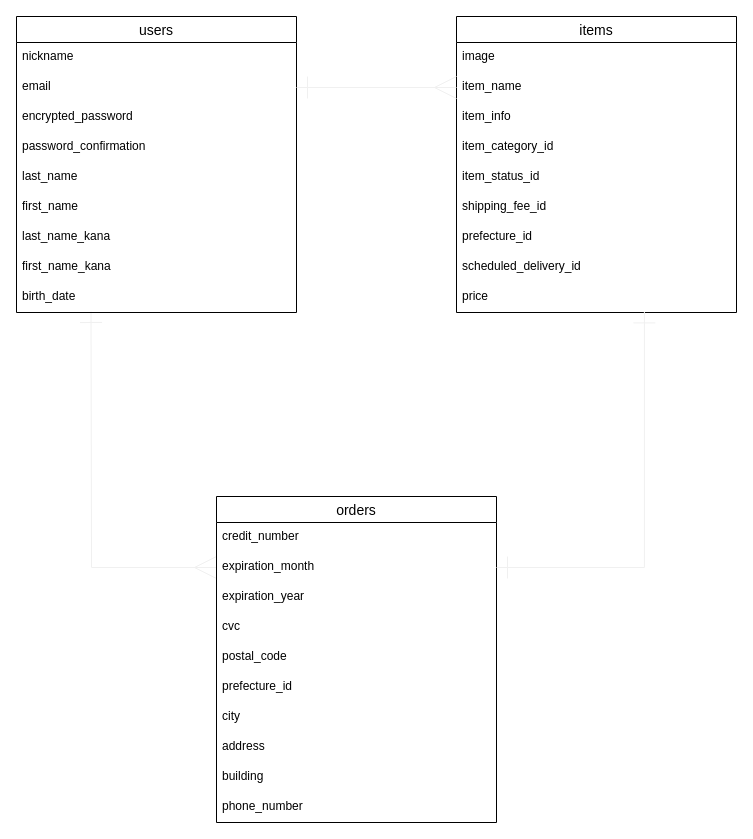
Earlier version of the draw.io diagram er.dio (asmotk/furima-35045). Source tidied: cells renumbered, new cells numbered last; positions are measured from the earlier drawing's top-left corner, leaving out a move shared by most shapes. Both pictures are drawn from the tidied source at 100%, with x=0, y=0 at pixel (16, 16).
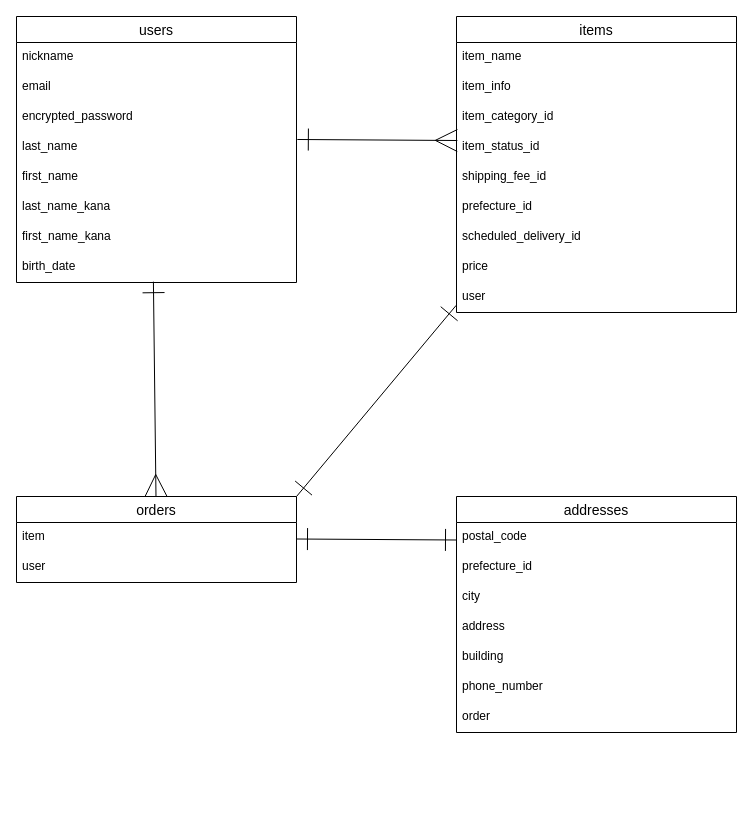
Above is the later version.

Unchanged cells that the change refers to:
```xml
<mxCell id="5" value="email" style="text;strokeColor=none;fillColor=none;spacingLeft=4;spacingRight=4;overflow=hidden;points=[[0,0.5],[1,0.5]];portConstraint=eastwest;fontSize=12;" parent="3" vertex="1">
  <mxGeometry y="56" width="280" height="30" as="geometry" />
</mxCell>
<mxCell id="13" value="items" style="swimlane;fontStyle=0;horizontal=1;startSize=26;align=center;fontSize=14;" parent="1" vertex="1">
  <mxGeometry x="440" width="280" height="296" as="geometry" />
</mxCell>
```

Change to the diagram source:
```diff
@@
-    <mxCell id="2" style="edgeStyle=orthogonalEdgeStyle;rounded=0;jumpSize=6;jettySize=auto;html=1;entryX=0;entryY=0.5;entryDx=0;entryDy=0;startArrow=ERone;startFill=0;endArrow=ERmany;endFill=0;endSize=20;targetPerimeterSpacing=0;strokeColor=#f0f0f0;strokeWidth=1;exitX=0.266;exitY=0.967;exitDx=0;exitDy=0;exitPerimeter=0;startSize=20;" parent="1" edge="1" target="25">
-      <mxGeometry relative="1" as="geometry">
-        <mxPoint x="74.5" y="295" as="sourcePoint" />
-      </mxGeometry>
-    </mxCell>
     <mxCell id="3" value="users" style="swimlane;fontStyle=0;horizontal=1;startSize=26;align=center;fontSize=14;" parent="1" vertex="1">
-      <mxGeometry width="280" height="296" as="geometry" />
+      <mxGeometry width="280" height="266" as="geometry" />
     </mxCell>
@@
-    <mxCell id="7" value="password_confirmation" style="text;strokeColor=none;fillColor=none;spacingLeft=4;spacingRight=4;overflow=hidden;fontSize=12;" parent="3" vertex="1">
-      <mxGeometry y="116" width="280" height="30" as="geometry" />
-    </mxCell>
     <mxCell id="8" value="last_name" style="text;strokeColor=none;fillColor=none;spacingLeft=4;spacingRight=4;overflow=hidden;points=[[0,0.5],[1,0.5]];portConstraint=eastwest;fontSize=12;" parent="3" vertex="1">
-      <mxGeometry y="146" width="280" height="30" as="geometry" />
+      <mxGeometry y="116" width="280" height="30" as="geometry" />
     </mxCell>
     <mxCell id="9" value="first_name" style="text;strokeColor=none;fillColor=none;spacingLeft=4;spacingRight=4;overflow=hidden;fontSize=12;" parent="3" vertex="1">
-      <mxGeometry y="176" width="280" height="30" as="geometry" />
+      <mxGeometry y="146" width="280" height="30" as="geometry" />
     </mxCell>
     <mxCell id="10" value="last_name_kana" style="text;strokeColor=none;fillColor=none;spacingLeft=4;spacingRight=4;overflow=hidden;fontSize=12;" parent="3" vertex="1">
-      <mxGeometry y="206" width="280" height="30" as="geometry" />
+      <mxGeometry y="176" width="280" height="30" as="geometry" />
     </mxCell>
     <mxCell id="11" value="first_name_kana" style="text;strokeColor=none;fillColor=none;spacingLeft=4;spacingRight=4;overflow=hidden;fontSize=12;" parent="3" vertex="1">
-      <mxGeometry y="236" width="280" height="30" as="geometry" />
+      <mxGeometry y="206" width="280" height="30" as="geometry" />
     </mxCell>
     <mxCell id="12" value="birth_date" style="text;strokeColor=none;fillColor=none;spacingLeft=4;spacingRight=4;overflow=hidden;points=[[0,0.5],[1,0.5]];portConstraint=eastwest;fontSize=12;" parent="3" vertex="1">
-      <mxGeometry y="266" width="280" height="30" as="geometry" />
+      <mxGeometry y="236" width="280" height="30" as="geometry" />
     </mxCell>
@@
-    <mxCell id="14" value="image" style="text;strokeColor=none;fillColor=none;spacingLeft=4;spacingRight=4;overflow=hidden;fontSize=12;" parent="13" vertex="1">
-      <mxGeometry y="26" width="280" height="30" as="geometry" />
-    </mxCell>
     <mxCell id="15" value="item_name" style="text;strokeColor=none;fillColor=none;spacingLeft=4;spacingRight=4;overflow=hidden;points=[[0,0.5],[1,0.5]];portConstraint=eastwest;fontSize=12;" parent="13" vertex="1">
-      <mxGeometry y="56" width="280" height="30" as="geometry" />
+      <mxGeometry y="26" width="280" height="30" as="geometry" />
     </mxCell>
     <mxCell id="16" value="item_info" style="text;strokeColor=none;fillColor=none;spacingLeft=4;spacingRight=4;overflow=hidden;fontSize=12;" parent="13" vertex="1">
-      <mxGeometry y="86" width="280" height="30" as="geometry" />
+      <mxGeometry y="56" width="280" height="30" as="geometry" />
     </mxCell>
     <mxCell id="17" value="item_category_id" style="text;strokeColor=none;fillColor=none;spacingLeft=4;spacingRight=4;overflow=hidden;fontSize=12;" parent="13" vertex="1">
-      <mxGeometry y="116" width="280" height="30" as="geometry" />
+      <mxGeometry y="86" width="280" height="30" as="geometry" />
     </mxCell>
     <mxCell id="18" value="item_status_id" style="text;strokeColor=none;fillColor=none;spacingLeft=4;spacingRight=4;overflow=hidden;points=[[0,0.5],[1,0.5]];portConstraint=eastwest;fontSize=12;" parent="13" vertex="1">
-      <mxGeometry y="146" width="280" height="30" as="geometry" />
+      <mxGeometry y="116" width="280" height="30" as="geometry" />
     </mxCell>
     <mxCell id="19" value="shipping_fee_id" style="text;strokeColor=none;fillColor=none;spacingLeft=4;spacingRight=4;overflow=hidden;fontSize=12;" parent="13" vertex="1">
-      <mxGeometry y="176" width="280" height="30" as="geometry" />
+      <mxGeometry y="146" width="280" height="30" as="geometry" />
     </mxCell>
     <mxCell id="20" value="prefecture_id" style="text;strokeColor=none;fillColor=none;spacingLeft=4;spacingRight=4;overflow=hidden;fontSize=12;" parent="13" vertex="1">
-      <mxGeometry y="206" width="280" height="30" as="geometry" />
+      <mxGeometry y="176" width="280" height="30" as="geometry" />
     </mxCell>
     <mxCell id="21" value="scheduled_delivery_id" style="text;strokeColor=none;fillColor=none;spacingLeft=4;spacingRight=4;overflow=hidden;fontSize=12;" parent="13" vertex="1">
-      <mxGeometry y="236" width="280" height="30" as="geometry" />
+      <mxGeometry y="206" width="280" height="30" as="geometry" />
     </mxCell>
     <mxCell id="22" value="price" style="text;strokeColor=none;fillColor=none;spacingLeft=4;spacingRight=4;overflow=hidden;points=[[0,0.5],[1,0.5]];portConstraint=eastwest;fontSize=12;" parent="13" vertex="1">
-      <mxGeometry y="266" width="280" height="30" as="geometry" />
+      <mxGeometry y="236" width="280" height="30" as="geometry" />
     </mxCell>
+    <mxCell id="36" value="user" style="text;strokeColor=none;fillColor=none;spacingLeft=4;spacingRight=4;overflow=hidden;points=[[0,0.5],[1,0.5]];portConstraint=eastwest;fontSize=12;" parent="13" vertex="1">
+      <mxGeometry y="266" width="280" height="30" as="geometry" />
+    </mxCell>
-    <mxCell id="23" value="orders" style="swimlane;fontStyle=0;horizontal=1;startSize=26;align=center;fontSize=14;" parent="1" vertex="1">
-      <mxGeometry x="200" y="480" width="280" height="326" as="geometry" />
+    <mxCell id="23" value="addresses" style="swimlane;fontStyle=0;horizontal=1;startSize=26;align=center;fontSize=14;" parent="1" vertex="1">
+      <mxGeometry x="440" y="480" width="280" height="236" as="geometry" />
     </mxCell>
-    <mxCell id="24" value="credit_number" style="text;strokeColor=none;fillColor=none;spacingLeft=4;spacingRight=4;overflow=hidden;fontSize=12;" parent="23" vertex="1">
-      <mxGeometry y="26" width="280" height="30" as="geometry" />
-    </mxCell>
-    <mxCell id="25" value="expiration_month" style="text;strokeColor=none;fillColor=none;spacingLeft=4;spacingRight=4;overflow=hidden;points=[[0,0.5],[1,0.5]];portConstraint=eastwest;fontSize=12;" parent="23" vertex="1">
-      <mxGeometry y="56" width="280" height="30" as="geometry" />
-    </mxCell>
-    <mxCell id="26" value="expiration_year" style="text;strokeColor=none;fillColor=none;spacingLeft=4;spacingRight=4;overflow=hidden;fontSize=12;" parent="23" vertex="1">
-      <mxGeometry y="86" width="280" height="30" as="geometry" />
-    </mxCell>
-    <mxCell id="27" value="cvc" style="text;strokeColor=none;fillColor=none;spacingLeft=4;spacingRight=4;overflow=hidden;fontSize=12;" parent="23" vertex="1">
-      <mxGeometry y="116" width="280" height="30" as="geometry" />
-    </mxCell>
     <mxCell id="28" value="postal_code" style="text;strokeColor=none;fillColor=none;spacingLeft=4;spacingRight=4;overflow=hidden;fontSize=12;" parent="23" vertex="1">
-      <mxGeometry y="146" width="280" height="30" as="geometry" />
+      <mxGeometry y="26" width="280" height="30" as="geometry" />
     </mxCell>
     <mxCell id="29" value="prefecture_id" style="text;strokeColor=none;fillColor=none;spacingLeft=4;spacingRight=4;overflow=hidden;fontSize=12;" parent="23" vertex="1">
-      <mxGeometry y="176" width="280" height="30" as="geometry" />
+      <mxGeometry y="56" width="280" height="30" as="geometry" />
     </mxCell>
     <mxCell id="30" value="city" style="text;strokeColor=none;fillColor=none;spacingLeft=4;spacingRight=4;overflow=hidden;fontSize=12;" parent="23" vertex="1">
-      <mxGeometry y="206" width="280" height="30" as="geometry" />
+      <mxGeometry y="86" width="280" height="30" as="geometry" />
     </mxCell>
     <mxCell id="31" value="address" style="text;strokeColor=none;fillColor=none;spacingLeft=4;spacingRight=4;overflow=hidden;fontSize=12;" parent="23" vertex="1">
-      <mxGeometry y="236" width="280" height="30" as="geometry" />
+      <mxGeometry y="116" width="280" height="30" as="geometry" />
     </mxCell>
     <mxCell id="32" value="building" style="text;strokeColor=none;fillColor=none;spacingLeft=4;spacingRight=4;overflow=hidden;fontSize=12;" parent="23" vertex="1">
-      <mxGeometry y="266" width="280" height="30" as="geometry" />
+      <mxGeometry y="146" width="280" height="30" as="geometry" />
     </mxCell>
     <mxCell id="33" value="phone_number" style="text;strokeColor=none;fillColor=none;spacingLeft=4;spacingRight=4;overflow=hidden;fontSize=12;" parent="23" vertex="1">
-      <mxGeometry y="296" width="280" height="30" as="geometry" />
+      <mxGeometry y="176" width="280" height="30" as="geometry" />
     </mxCell>
-    <mxCell id="34" style="edgeStyle=orthogonalEdgeStyle;rounded=0;jumpSize=6;jettySize=auto;html=1;exitX=1;exitY=0.5;exitDx=0;exitDy=0;startArrow=ERone;startFill=0;endArrow=ERmany;endFill=0;endSize=20;targetPerimeterSpacing=0;strokeColor=#f0f0f0;strokeWidth=1;entryX=0;entryY=0.5;entryDx=0;entryDy=0;startSize=20;" parent="1" edge="1" source="5" target="15">
-      <mxGeometry relative="1" as="geometry" />
-    </mxCell>
-    <mxCell id="35" style="edgeStyle=orthogonalEdgeStyle;rounded=0;jumpSize=6;jettySize=auto;html=1;entryX=1;entryY=0.5;entryDx=0;entryDy=0;startArrow=ERone;startFill=0;endArrow=ERone;endFill=0;endSize=20;targetPerimeterSpacing=0;strokeColor=#f0f0f0;strokeWidth=1;exitX=0.671;exitY=0.98;exitDx=0;exitDy=0;exitPerimeter=0;startSize=20;" parent="1" edge="1" source="22" target="25">
-      <mxGeometry relative="1" as="geometry" />
-    </mxCell>
+    <mxCell id="37" value="order" style="text;strokeColor=none;fillColor=none;spacingLeft=4;spacingRight=4;overflow=hidden;fontSize=12;" parent="23" vertex="1">
+      <mxGeometry y="206" width="280" height="30" as="geometry" />
+    </mxCell>
+    <mxCell id="38" value="orders" style="swimlane;fontStyle=0;horizontal=1;startSize=26;align=center;fontSize=14;" parent="1" vertex="1">
+      <mxGeometry y="480" width="280" height="86" as="geometry" />
+    </mxCell>
+    <mxCell id="39" value="item" style="text;strokeColor=none;fillColor=none;spacingLeft=4;spacingRight=4;overflow=hidden;fontSize=12;" parent="38" vertex="1">
+      <mxGeometry y="26" width="280" height="30" as="geometry" />
+    </mxCell>
+    <mxCell id="40" value="user" style="text;strokeColor=none;fillColor=none;spacingLeft=4;spacingRight=4;overflow=hidden;fontSize=12;" parent="38" vertex="1">
+      <mxGeometry y="56" width="280" height="30" as="geometry" />
+    </mxCell>
+    <mxCell id="41" style="endArrow=ERmany;html=1;rounded=0;exitX=0.489;exitY=0.973;exitDx=0;exitDy=0;exitPerimeter=0;endSize=20;startSize=20;startArrow=ERone;startFill=0;endFill=0;" parent="1" edge="1" source="12" target="38">
+      <mxGeometry relative="1" as="geometry" />
+    </mxCell>
+    <mxCell id="42" style="endArrow=ERmany;html=1;rounded=0;exitX=1.003;exitY=0.233;exitDx=0;exitDy=0;exitPerimeter=0;endSize=20;startSize=20;startArrow=ERone;startFill=0;endFill=0;entryX=0.003;entryY=0.267;entryDx=0;entryDy=0;entryPerimeter=0;" parent="1" edge="1" source="8" target="18">
+      <mxGeometry relative="1" as="geometry" />
+    </mxCell>
+    <mxCell id="43" style="endArrow=ERone;html=1;rounded=0;exitX=1.003;exitY=0.233;exitDx=0;exitDy=0;exitPerimeter=0;endSize=20;startSize=20;startArrow=ERone;startFill=0;endFill=0;entryX=0.003;entryY=0.267;entryDx=0;entryDy=0;entryPerimeter=0;" parent="1" edge="1">
+      <mxGeometry relative="1" as="geometry">
+        <mxPoint x="280" y="522.5" as="sourcePoint" />
+        <mxPoint x="440" y="523.5" as="targetPoint" />
+      </mxGeometry>
+    </mxCell>
+    <mxCell id="44" style="endArrow=ERone;html=1;rounded=0;exitX=1;exitY=0;exitDx=0;exitDy=0;endSize=20;startSize=20;startArrow=ERone;startFill=0;endFill=0;entryX=-0.001;entryY=0.76;entryDx=0;entryDy=0;entryPerimeter=0;" parent="1" edge="1" source="38" target="36">
+      <mxGeometry relative="1" as="geometry" />
+    </mxCell>
```
